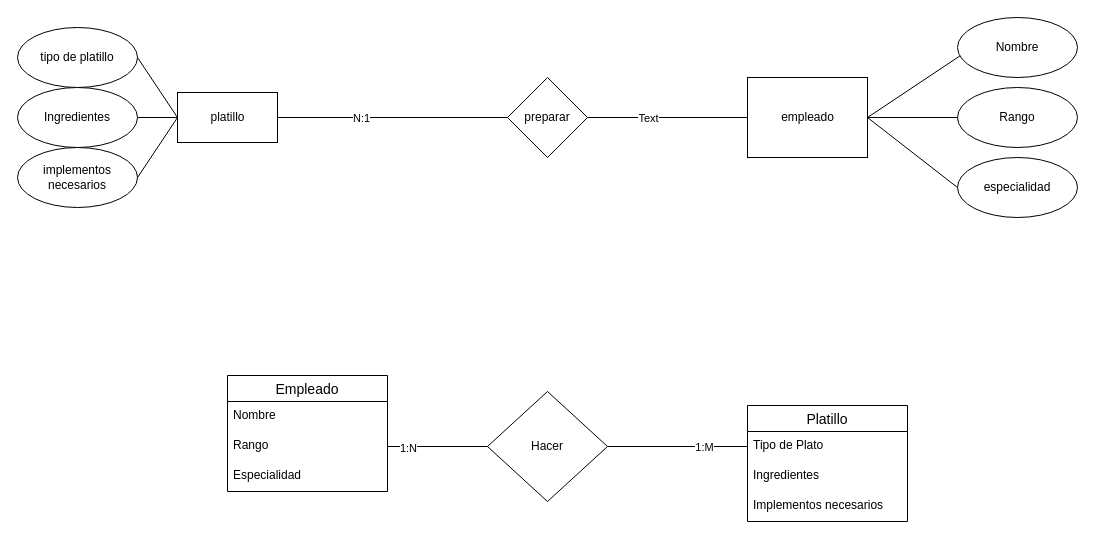
Earlier version of the draw.io diagram Retos/Reto 1/Reto1MER_OSHECADI.drawio (JJCanon/Bases-de-Datos). Source tidied: cells renumbered, new cells numbered last; positions are measured from the earlier drawing's top-left corner, leaving out a move shared by most shapes. Both pictures are drawn from the tidied source at 100%, with x=0, y=0 at pixel (17, 17).
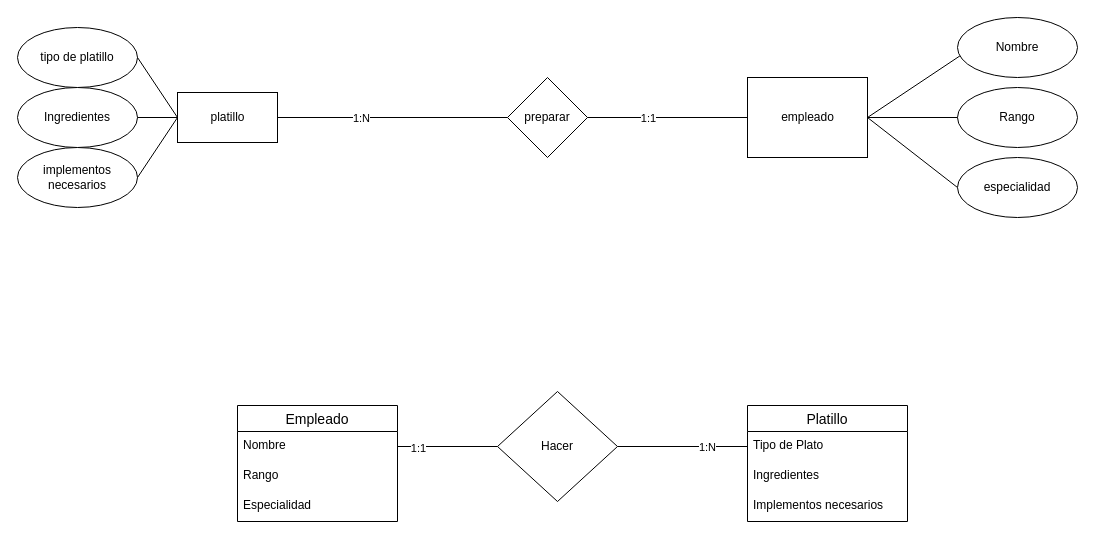
After the change.

Unchanged cells that the change refers to:
```xml
<mxCell id="13" style="endArrow=none;html=1;exitX=1;exitY=0.5;exitDx=0;exitDy=0;" parent="1" edge="1" source="3" target="12">
  <mxGeometry relative="1" as="geometry" />
</mxCell>
<mxCell id="15" style="endArrow=none;html=1;entryX=0;entryY=0.5;entryDx=0;entryDy=0;exitX=1;exitY=0.5;exitDx=0;exitDy=0;" parent="1" edge="1" source="12" target="2">
  <mxGeometry relative="1" as="geometry" />
</mxCell>
<mxCell id="22" value="Nombre" style="text;strokeColor=none;fillColor=none;spacingLeft=4;spacingRight=4;overflow=hidden;points=[[0,0.5],[1,0.5]];portConstraint=eastwest;fontSize=12;" parent="21" vertex="1">
  <mxGeometry y="26" width="160" height="30" as="geometry" />
</mxCell>
<mxCell id="23" value="Rango" style="text;strokeColor=none;fillColor=none;spacingLeft=4;spacingRight=4;overflow=hidden;points=[[0,0.5],[1,0.5]];portConstraint=eastwest;fontSize=12;" parent="21" vertex="1">
  <mxGeometry y="56" width="160" height="30" as="geometry" />
</mxCell>
<mxCell id="26" style="endArrow=none;html=1;entryX=0;entryY=0.5;entryDx=0;entryDy=0;exitX=1;exitY=0.5;exitDx=0;exitDy=0;" parent="1" edge="1" source="25" target="18">
  <mxGeometry relative="1" as="geometry" />
</mxCell>
```

The edit, as a diff of the source:
```diff
@@
-    <mxCell id="14" value="N:1" style="edgeLabel;html=1;align=center;verticalAlign=middle;" parent="13" vertex="1">
+    <mxCell id="14" value="1:N" style="edgeLabel;html=1;align=center;verticalAlign=middle;" parent="13" vertex="1">
       <mxGeometry x="-0.28" y="-4" relative="1" as="geometry">
         <mxPoint y="-4" as="offset" />
       </mxGeometry>
     </mxCell>
@@
-    <mxCell id="16" value="Text" style="edgeLabel;html=1;align=center;verticalAlign=middle;" parent="15" vertex="1">
+    <mxCell id="16" value="1:1" style="edgeLabel;html=1;align=center;verticalAlign=middle;" parent="15" vertex="1">
       <mxGeometry x="-0.25" relative="1" as="geometry" />
     </mxCell>
@@
     <mxCell id="21" value="Empleado" style="swimlane;fontStyle=0;horizontal=1;startSize=26;align=center;fontSize=14;" parent="1" vertex="1">
-      <mxGeometry x="210" y="358" width="160" height="116" as="geometry" />
+      <mxGeometry x="220" y="388" width="160" height="116" as="geometry" />
     </mxCell>
@@
     <mxCell id="25" value="Hacer" style="rhombus;whiteSpace=wrap;html=1;" parent="1" vertex="1">
-      <mxGeometry x="470" y="374" width="120" height="110" as="geometry" />
+      <mxGeometry x="480" y="374" width="120" height="110" as="geometry" />
     </mxCell>
@@
-    <mxCell id="27" value="1:M" style="edgeLabel;html=1;align=center;verticalAlign=middle;" parent="26" vertex="1">
+    <mxCell id="27" value="1:N" style="edgeLabel;html=1;align=center;verticalAlign=middle;" parent="26" vertex="1">
       <mxGeometry x="0.37" relative="1" as="geometry" />
     </mxCell>
-    <mxCell id="28" style="endArrow=none;html=1;entryX=0;entryY=0.5;entryDx=0;entryDy=0;exitX=1;exitY=0.5;exitDx=0;exitDy=0;" parent="1" edge="1" source="23" target="25">
+    <mxCell id="28" style="endArrow=none;html=1;entryX=0;entryY=0.5;entryDx=0;entryDy=0;exitX=1;exitY=0.5;exitDx=0;exitDy=0;" parent="1" edge="1" source="22" target="25">
       <mxGeometry relative="1" as="geometry" />
     </mxCell>
-    <mxCell id="29" value="1:N" style="edgeLabel;html=1;align=center;verticalAlign=middle;" parent="28" vertex="1">
+    <mxCell id="29" value="1:1" style="edgeLabel;html=1;align=center;verticalAlign=middle;" parent="28" vertex="1">
       <mxGeometry x="-0.6" y="-1" relative="1" as="geometry" />
     </mxCell>
```
